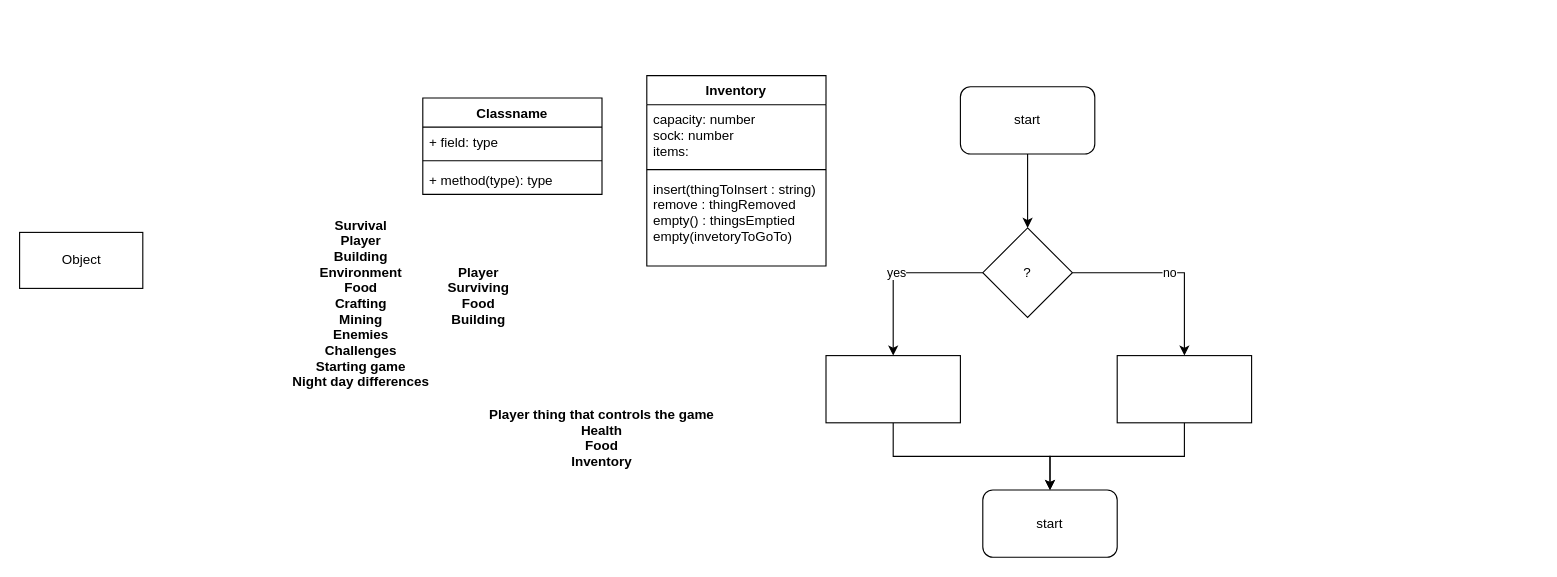
Before: Untitled Diagram.drawio in atimmer1/First-CSCS-1240, a draw.io diagram. Source tidied: cells renumbered, new cells numbered last; positions are measured from the earlier drawing's top-left corner, leaving out a move shared by most shapes. Both pictures are drawn from the tidied source at 112%, with x=0, y=0 at pixel (19, 75).
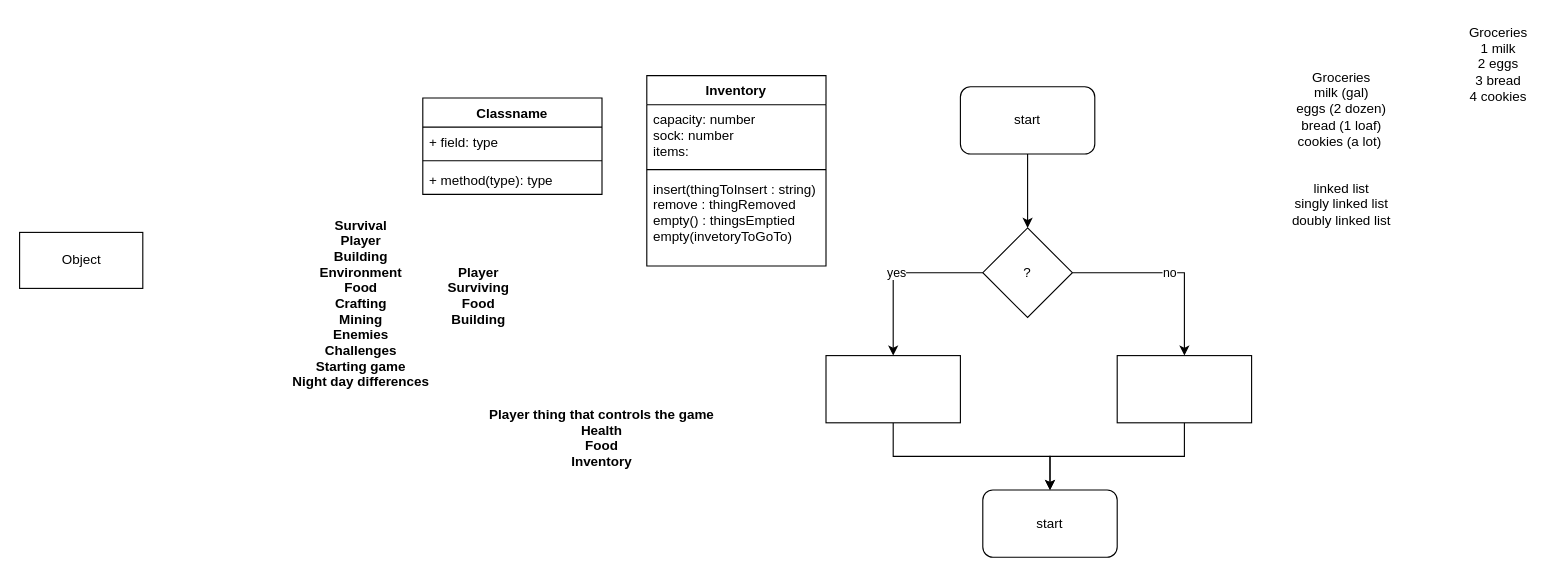
The same diagram, later.

Change to the diagram source:
```diff
@@
+    <mxCell id="24" value="Groceries&lt;br&gt;milk (gal)&lt;br&gt;eggs (2 dozen)&lt;br&gt;bread (1 loaf)&lt;br&gt;cookies (a lot)&amp;nbsp;" style="text;html=1;align=center;verticalAlign=middle;" parent="1" vertex="1">
+      <mxGeometry x="1130" y="-10" width="100" height="80" as="geometry" />
+    </mxCell>
+    <mxCell id="25" value="linked list&lt;br&gt;singly linked list&lt;br&gt;doubly linked list" style="text;html=1;align=center;verticalAlign=middle;" parent="1" vertex="1">
+      <mxGeometry x="1130" y="90" width="100" height="50" as="geometry" />
+    </mxCell>
+    <mxCell id="26" value="Groceries&lt;br&gt;1 milk&lt;br&gt;2 eggs&lt;br&gt;3 bread&lt;br&gt;4 cookies" style="text;html=1;align=center;verticalAlign=middle;" parent="1" vertex="1">
+      <mxGeometry x="1285" y="-50" width="70" height="80" as="geometry" />
+    </mxCell>
```
